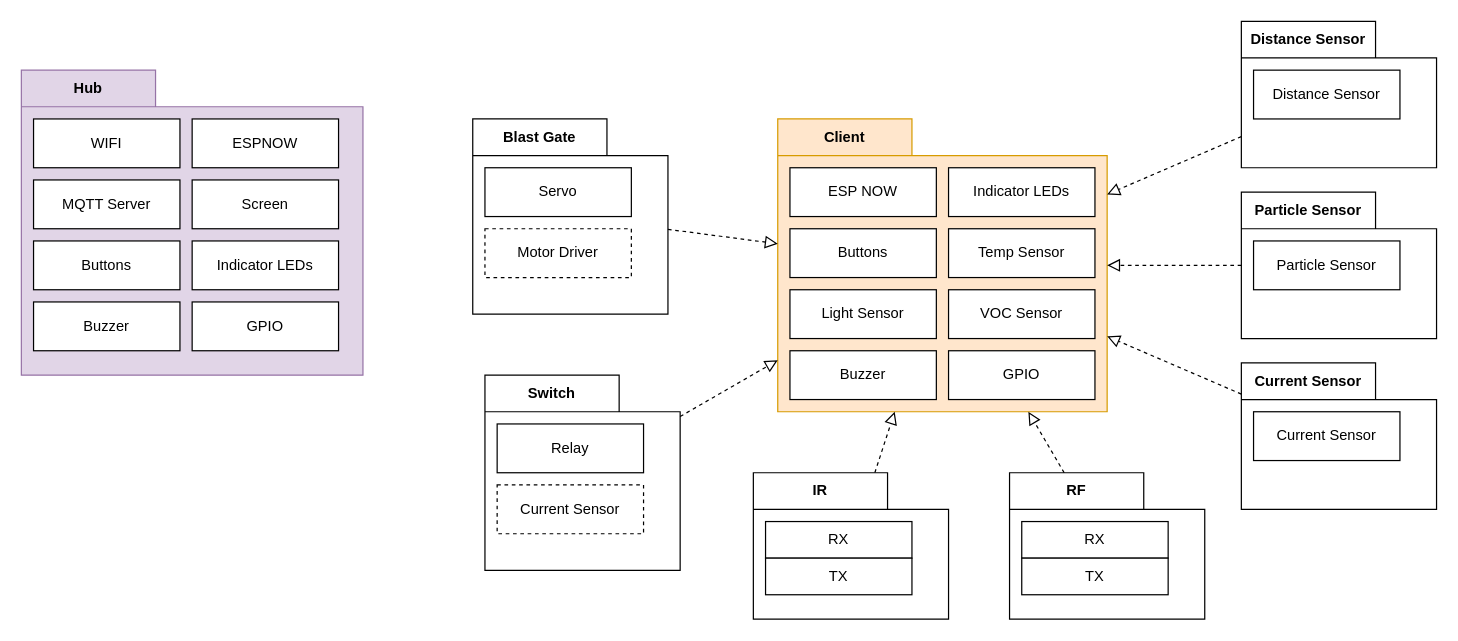
Earlier version of the draw.io diagram page "Feature Hierarchy" (6 of 7) of system_design.drawio (crgmakes/aquarius-design). Source tidied: cells renumbered, new cells numbered last; positions are measured from the earlier drawing's top-left corner, leaving out a move shared by most shapes. Both pictures are drawn from the tidied source at 122%, with x=0, y=0 at pixel (21, 21).
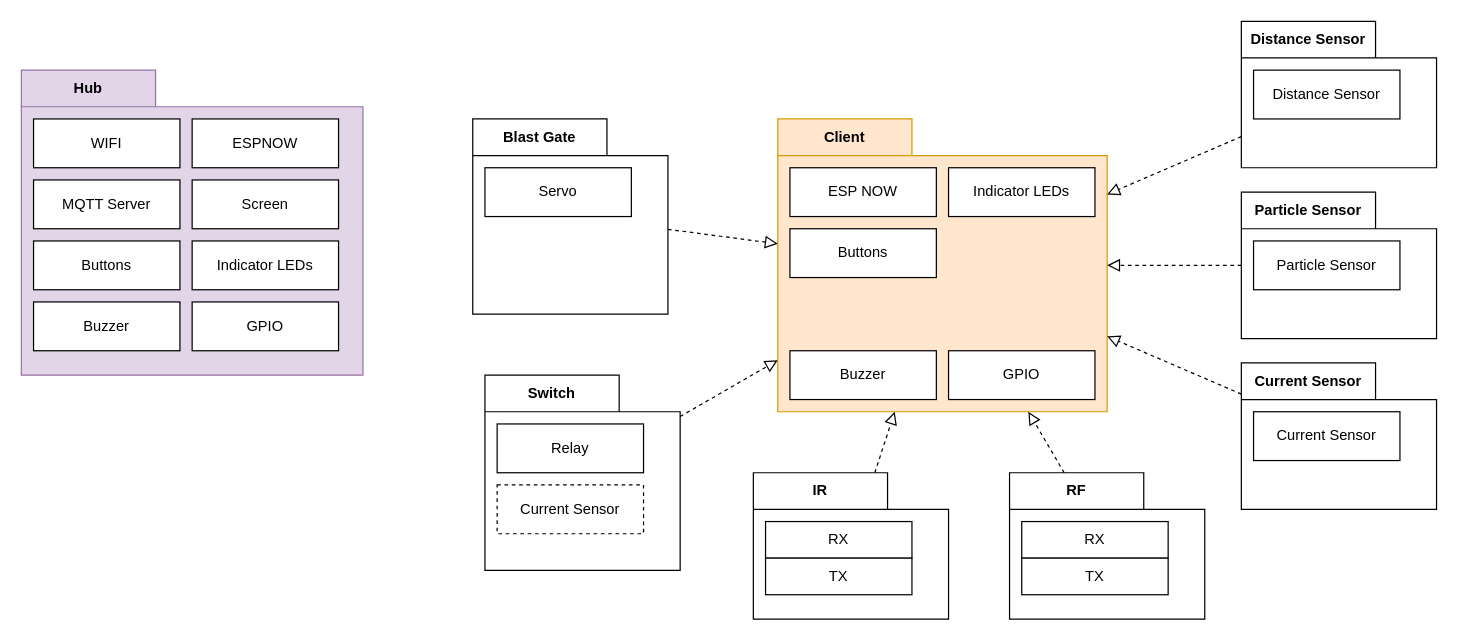
The same diagram, later.

The change refers to these unchanged cells:
```xml
<mxCell id="11" value="Client" style="shape=folder;fontStyle=1;tabWidth=110;tabHeight=30;tabPosition=left;html=1;boundedLbl=1;labelInHeader=1;whiteSpace=wrap;fillColor=#ffe6cc;strokeColor=#d79b00;" parent="1" vertex="1">
  <mxGeometry x="620" y="80" width="270" height="240" as="geometry" />
</mxCell>
<mxCell id="30" value="Blast Gate" style="shape=folder;fontStyle=1;tabWidth=110;tabHeight=30;tabPosition=left;html=1;boundedLbl=1;labelInHeader=1;whiteSpace=wrap;" parent="1" vertex="1">
  <mxGeometry x="370" y="80" width="160" height="160" as="geometry" />
</mxCell>
```

Change to the diagram source:
```diff
@@
-    <mxCell id="14" value="Light Sensor" style="fontStyle=0;html=1;whiteSpace=wrap;" parent="11" vertex="1">
-      <mxGeometry x="10" y="140" width="120" height="40" as="geometry" />
-    </mxCell>
@@
-    <mxCell id="16" value="Temp Sensor" style="fontStyle=0;html=1;whiteSpace=wrap;" parent="11" vertex="1">
-      <mxGeometry x="140" y="90" width="120" height="40" as="geometry" />
-    </mxCell>
-    <mxCell id="17" value="VOC Sensor" style="fontStyle=0;html=1;whiteSpace=wrap;" parent="11" vertex="1">
-      <mxGeometry x="140" y="140" width="120" height="40" as="geometry" />
-    </mxCell>
@@
-    <mxCell id="32" value="Motor Driver" style="fontStyle=0;html=1;whiteSpace=wrap;dashed=1;" parent="30" vertex="1">
-      <mxGeometry x="10" y="90" width="120" height="40" as="geometry" />
-    </mxCell>
```
